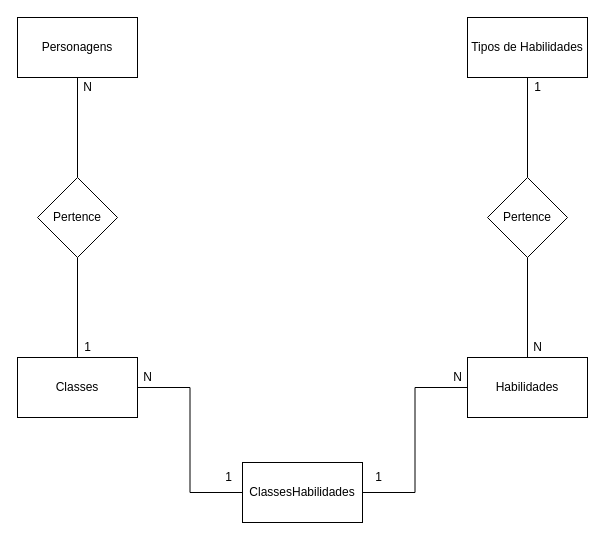
Earlier version of the draw.io diagram page "Conceitual" (1 of 2) of sprint-1-bd/Desafios/HROADS/SENAI_HROADS_MANHA.drawio (gimacedo-blop/DEV-1). Source tidied: cells renumbered, new cells numbered last; positions are measured from the earlier drawing's top-left corner, leaving out a move shared by most shapes. Both pictures are drawn from the tidied source at 100%, with x=0, y=0 at pixel (17, 17).
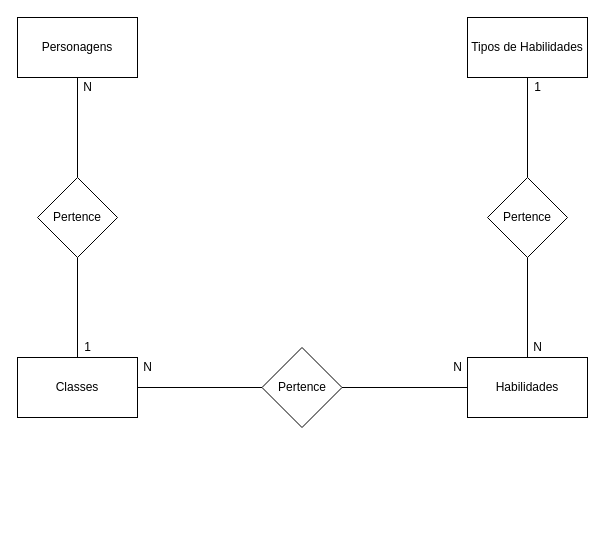
After the change.

Unchanged cells that the change refers to:
```xml
<mxCell id="4" value="Classes" style="rounded=0;whiteSpace=wrap;html=1;" parent="1" vertex="1">
  <mxGeometry y="340" width="120" height="60" as="geometry" />
</mxCell>
<mxCell id="5" value="Habilidades" style="rounded=0;whiteSpace=wrap;html=1;" parent="1" vertex="1">
  <mxGeometry x="450" y="340" width="120" height="60" as="geometry" />
</mxCell>
```

What changed in the source:
```diff
@@
-    <mxCell id="3" style="edgeStyle=orthogonalEdgeStyle;rounded=0;jettySize=auto;html=1;entryX=0;entryY=0.5;entryDx=0;entryDy=0;endArrow=none;endFill=0;" parent="1" edge="1" source="4" target="20">
-      <mxGeometry relative="1" as="geometry" />
-    </mxCell>
@@
-    <mxCell id="10" style="edgeStyle=orthogonalEdgeStyle;rounded=0;jettySize=auto;html=1;entryX=0;entryY=0.5;entryDx=0;entryDy=0;endArrow=none;endFill=0;exitX=1;exitY=0.5;exitDx=0;exitDy=0;" parent="1" edge="1" source="20" target="5">
-      <mxGeometry relative="1" as="geometry" />
-    </mxCell>
@@
     <mxCell id="16" value="N" style="text;html=1;align=center;verticalAlign=middle;" parent="1" vertex="1">
-      <mxGeometry x="120" y="350" width="20" height="20" as="geometry" />
+      <mxGeometry x="120" y="340" width="20" height="20" as="geometry" />
     </mxCell>
     <mxCell id="17" value="N" style="text;html=1;align=center;verticalAlign=middle;" parent="1" vertex="1">
-      <mxGeometry x="430" y="350" width="20" height="20" as="geometry" />
+      <mxGeometry x="430" y="340" width="20" height="20" as="geometry" />
     </mxCell>
@@
-    <mxCell id="20" value="ClassesHabilidades" style="rounded=0;whiteSpace=wrap;html=1;" parent="1" vertex="1">
-      <mxGeometry x="225" y="445" width="120" height="60" as="geometry" />
-    </mxCell>
-    <mxCell id="21" value="1" style="text;html=1;align=center;verticalAlign=middle;" parent="1" vertex="1">
-      <mxGeometry x="351" y="450" width="20" height="20" as="geometry" />
-    </mxCell>
-    <mxCell id="22" value="1" style="text;html=1;align=center;verticalAlign=middle;" parent="1" vertex="1">
-      <mxGeometry x="201" y="450" width="20" height="20" as="geometry" />
-    </mxCell>
+    <mxCell id="23" style="edgeStyle=orthogonalEdgeStyle;rounded=0;jettySize=auto;html=1;entryX=1;entryY=0.5;entryDx=0;entryDy=0;endArrow=none;endFill=0;" parent="1" edge="1" source="25" target="4">
+      <mxGeometry relative="1" as="geometry" />
+    </mxCell>
+    <mxCell id="24" style="edgeStyle=orthogonalEdgeStyle;rounded=0;jettySize=auto;html=1;entryX=0;entryY=0.5;entryDx=0;entryDy=0;endArrow=none;endFill=0;" parent="1" edge="1" source="25" target="5">
+      <mxGeometry relative="1" as="geometry" />
+    </mxCell>
+    <mxCell id="25" value="Pertence" style="rhombus;whiteSpace=wrap;html=1;" parent="1" vertex="1">
+      <mxGeometry x="244.5" y="330" width="80" height="80" as="geometry" />
+    </mxCell>
```
